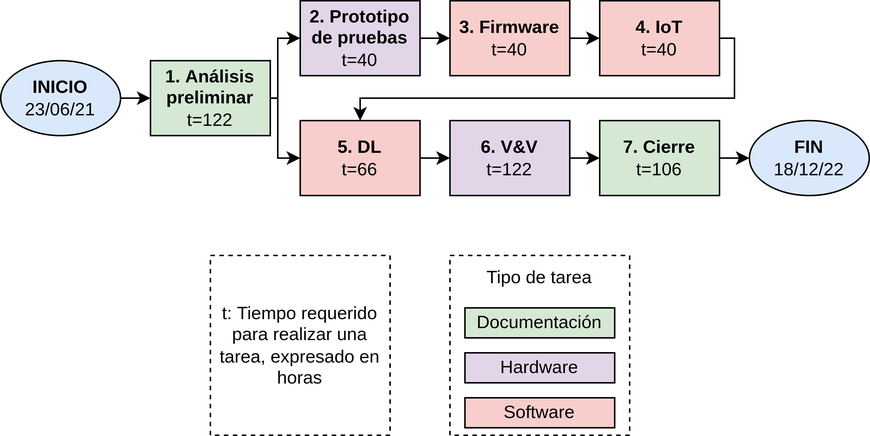
Above: fig/aon.png in mauriciobarroso/UBA_MSE-6Co2021_GTI_Plan (draw.io), before the change. Source tidied: cells renumbered, new cells last; positions are measured from the earlier drawing's top-left corner, leaving out a move shared by most shapes. Its diagram source:
```xml
<mxGraphModel>
  <root>
    <mxCell id="0" />
    <mxCell id="1" parent="0" />
    <mxCell id="2" style="edgeStyle=orthogonalEdgeStyle;rounded=0;jettySize=auto;html=1;exitX=1;exitY=0.5;exitDx=0;exitDy=0;entryX=0;entryY=0.5;entryDx=0;entryDy=0;" parent="1" edge="1" source="3" target="6">
      <mxGeometry relative="1" as="geometry" />
    </mxCell>
    <mxCell id="3" value="&lt;b&gt;INICIO&lt;/b&gt;&lt;br&gt;23/06/21" style="ellipse;whiteSpace=wrap;html=1;fillColor=#dae8fc;" parent="1" vertex="1">
      <mxGeometry y="40" width="80" height="50" as="geometry" />
    </mxCell>
    <mxCell id="4" style="rounded=0;jettySize=auto;html=1;exitX=1;exitY=0.5;exitDx=0;exitDy=0;entryX=0;entryY=0.5;entryDx=0;entryDy=0;edgeStyle=orthogonalEdgeStyle;" parent="1" edge="1" source="6" target="8">
      <mxGeometry relative="1" as="geometry">
        <Array as="points">
          <mxPoint x="185" y="65" />
          <mxPoint x="185" y="25" />
        </Array>
      </mxGeometry>
    </mxCell>
    <mxCell id="5" style="edgeStyle=orthogonalEdgeStyle;rounded=0;jettySize=auto;html=1;exitX=1;exitY=0.5;exitDx=0;exitDy=0;entryX=0;entryY=0.5;entryDx=0;entryDy=0;" parent="1" edge="1" source="6" target="10">
      <mxGeometry relative="1" as="geometry">
        <Array as="points">
          <mxPoint x="185" y="65" />
          <mxPoint x="185" y="105" />
        </Array>
      </mxGeometry>
    </mxCell>
    <mxCell id="6" value="&lt;b&gt;1. Análisis preliminar&lt;/b&gt;&lt;br&gt;t=122" style="rounded=0;whiteSpace=wrap;html=1;fillColor=#d5e8d4;" parent="1" vertex="1">
      <mxGeometry x="100" y="40" width="80" height="50" as="geometry" />
    </mxCell>
    <mxCell id="7" style="edgeStyle=none;rounded=0;jettySize=auto;html=1;exitX=1;exitY=0.5;exitDx=0;exitDy=0;entryX=0;entryY=0.5;entryDx=0;entryDy=0;" parent="1" edge="1" source="8" target="18">
      <mxGeometry relative="1" as="geometry" />
    </mxCell>
    <mxCell id="8" value="&lt;b&gt;2. Prototipo de pruebas&lt;/b&gt;&lt;br&gt;t=40" style="rounded=0;whiteSpace=wrap;html=1;fillColor=#e1d5e7;strokeColor=default;" parent="1" vertex="1">
      <mxGeometry x="200" width="80" height="50" as="geometry" />
    </mxCell>
    <mxCell id="9" style="edgeStyle=orthogonalEdgeStyle;rounded=0;jettySize=auto;html=1;exitX=1;exitY=0.5;exitDx=0;exitDy=0;entryX=0;entryY=0.5;entryDx=0;entryDy=0;" parent="1" edge="1" source="10" target="22">
      <mxGeometry relative="1" as="geometry" />
    </mxCell>
    <mxCell id="10" value="&lt;b&gt;5. DL&lt;/b&gt;&lt;br&gt;t=66" style="rounded=0;whiteSpace=wrap;html=1;fillColor=#f8cecc;" parent="1" vertex="1">
      <mxGeometry x="200" y="80" width="80" height="50" as="geometry" />
    </mxCell>
    <mxCell id="11" style="rounded=0;whiteSpace=wrap;html=1;strokeColor=#000000;dashed=1;" parent="1" vertex="1">
      <mxGeometry x="300" y="170" width="120" height="120" as="geometry" />
    </mxCell>
    <mxCell id="12" value="Documentación" style="rounded=0;whiteSpace=wrap;html=1;fillColor=#d5e8d4;" parent="1" vertex="1">
      <mxGeometry x="310" y="205" width="100" height="20" as="geometry" />
    </mxCell>
    <mxCell id="13" value="Hardware" style="rounded=0;whiteSpace=wrap;html=1;fillColor=#e1d5e7;" parent="1" vertex="1">
      <mxGeometry x="310" y="235" width="100" height="20" as="geometry" />
    </mxCell>
    <mxCell id="14" value="Software" style="rounded=0;whiteSpace=wrap;html=1;fillColor=#f8cecc;" parent="1" vertex="1">
      <mxGeometry x="310" y="265" width="100" height="20" as="geometry" />
    </mxCell>
    <mxCell id="15" value="Tipo de tarea" style="text;html=1;strokeColor=none;fillColor=none;align=center;verticalAlign=middle;whiteSpace=wrap;rounded=0;" parent="1" vertex="1">
      <mxGeometry x="310" y="175" width="100" height="20" as="geometry" />
    </mxCell>
    <mxCell id="16" value="t: Tiempo requerido para realizar una tarea, expresado en horas" style="rounded=0;whiteSpace=wrap;html=1;strokeColor=#000000;dashed=1;" parent="1" vertex="1">
      <mxGeometry x="140" y="170" width="120" height="120" as="geometry" />
    </mxCell>
    <mxCell id="17" style="edgeStyle=none;rounded=0;jettySize=auto;html=1;exitX=1;exitY=0.5;exitDx=0;exitDy=0;entryX=0;entryY=0.5;entryDx=0;entryDy=0;" parent="1" edge="1" source="18" target="20">
      <mxGeometry relative="1" as="geometry" />
    </mxCell>
    <mxCell id="18" value="&lt;b&gt;3. Firmware&lt;/b&gt;&lt;br&gt;t=40" style="rounded=0;whiteSpace=wrap;html=1;fillColor=#f8cecc;strokeColor=default;" parent="1" vertex="1">
      <mxGeometry x="300" width="80" height="50" as="geometry" />
    </mxCell>
    <mxCell id="19" style="edgeStyle=orthogonalEdgeStyle;rounded=0;jettySize=auto;html=1;exitX=1;exitY=0.5;exitDx=0;exitDy=0;entryX=0.5;entryY=0;entryDx=0;entryDy=0;" parent="1" edge="1" source="20" target="10">
      <mxGeometry relative="1" as="geometry">
        <Array as="points">
          <mxPoint x="490" y="25" />
          <mxPoint x="490" y="65" />
          <mxPoint x="240" y="65" />
        </Array>
      </mxGeometry>
    </mxCell>
    <mxCell id="20" value="&lt;b&gt;4. IoT&lt;/b&gt;&lt;br&gt;t=40" style="rounded=0;whiteSpace=wrap;html=1;fillColor=#f8cecc;strokeColor=default;" parent="1" vertex="1">
      <mxGeometry x="400" width="80" height="50" as="geometry" />
    </mxCell>
    <mxCell id="21" style="edgeStyle=orthogonalEdgeStyle;rounded=0;jettySize=auto;html=1;exitX=1;exitY=0.5;exitDx=0;exitDy=0;entryX=0;entryY=0.5;entryDx=0;entryDy=0;" parent="1" edge="1" source="22" target="24">
      <mxGeometry relative="1" as="geometry" />
    </mxCell>
    <mxCell id="22" value="&lt;b&gt;6. V&amp;amp;V&lt;br&gt;&lt;/b&gt;t=122" style="rounded=0;whiteSpace=wrap;html=1;fillColor=#e1d5e7;strokeColor=default;" parent="1" vertex="1">
      <mxGeometry x="300" y="80" width="80" height="50" as="geometry" />
    </mxCell>
    <mxCell id="23" style="edgeStyle=orthogonalEdgeStyle;rounded=0;jettySize=auto;html=1;exitX=1;exitY=0.5;exitDx=0;exitDy=0;entryX=0;entryY=0.5;entryDx=0;entryDy=0;" parent="1" edge="1" source="24" target="25">
      <mxGeometry relative="1" as="geometry" />
    </mxCell>
    <mxCell id="24" value="&lt;b&gt;7. Cierre&lt;/b&gt;&lt;br&gt;t=106" style="rounded=0;whiteSpace=wrap;html=1;fillColor=#d5e8d4;" parent="1" vertex="1">
      <mxGeometry x="400" y="80" width="80" height="50" as="geometry" />
    </mxCell>
    <mxCell id="25" value="&lt;b&gt;FIN&lt;/b&gt;&lt;br&gt;18/12/22" style="ellipse;whiteSpace=wrap;html=1;fillColor=#dae8fc;" parent="1" vertex="1">
      <mxGeometry x="500" y="80" width="80" height="50" as="geometry" />
    </mxCell>
  </root>
</mxGraphModel>
```
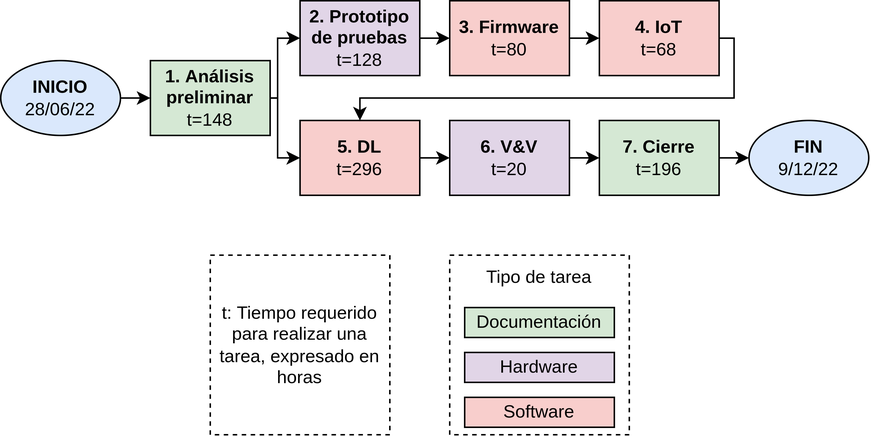
After the change.

Diff of the diagram source:
```diff
@@ -5,7 +5,7 @@
     <mxCell id="2" style="edgeStyle=orthogonalEdgeStyle;rounded=0;jettySize=auto;html=1;exitX=1;exitY=0.5;exitDx=0;exitDy=0;entryX=0;entryY=0.5;entryDx=0;entryDy=0;" parent="1" edge="1" source="3" target="6">
       <mxGeometry relative="1" as="geometry" />
     </mxCell>
-    <mxCell id="3" value="&lt;b&gt;INICIO&lt;/b&gt;&lt;br&gt;23/06/21" style="ellipse;whiteSpace=wrap;html=1;fillColor=#dae8fc;" parent="1" vertex="1">
+    <mxCell id="3" value="&lt;b&gt;INICIO&lt;/b&gt;&lt;br&gt;28/06/22" style="ellipse;whiteSpace=wrap;html=1;fillColor=#dae8fc;" parent="1" vertex="1">
       <mxGeometry y="40" width="80" height="50" as="geometry" />
     </mxCell>
     <mxCell id="4" style="rounded=0;jettySize=auto;html=1;exitX=1;exitY=0.5;exitDx=0;exitDy=0;entryX=0;entryY=0.5;entryDx=0;entryDy=0;edgeStyle=orthogonalEdgeStyle;" parent="1" edge="1" source="6" target="8">
@@ -24,19 +24,19 @@
         </Array>
       </mxGeometry>
     </mxCell>
-    <mxCell id="6" value="&lt;b&gt;1. Análisis preliminar&lt;/b&gt;&lt;br&gt;t=122" style="rounded=0;whiteSpace=wrap;html=1;fillColor=#d5e8d4;" parent="1" vertex="1">
+    <mxCell id="6" value="&lt;b&gt;1. Análisis preliminar&lt;/b&gt;&lt;br&gt;t=148" style="rounded=0;whiteSpace=wrap;html=1;fillColor=#d5e8d4;" parent="1" vertex="1">
       <mxGeometry x="100" y="40" width="80" height="50" as="geometry" />
     </mxCell>
     <mxCell id="7" style="edgeStyle=none;rounded=0;jettySize=auto;html=1;exitX=1;exitY=0.5;exitDx=0;exitDy=0;entryX=0;entryY=0.5;entryDx=0;entryDy=0;" parent="1" edge="1" source="8" target="18">
       <mxGeometry relative="1" as="geometry" />
     </mxCell>
-    <mxCell id="8" value="&lt;b&gt;2. Prototipo de pruebas&lt;/b&gt;&lt;br&gt;t=40" style="rounded=0;whiteSpace=wrap;html=1;fillColor=#e1d5e7;strokeColor=default;" parent="1" vertex="1">
+    <mxCell id="8" value="&lt;b&gt;2. Prototipo de pruebas&lt;/b&gt;&lt;br&gt;t=128" style="rounded=0;whiteSpace=wrap;html=1;fillColor=#e1d5e7;strokeColor=default;" parent="1" vertex="1">
       <mxGeometry x="200" width="80" height="50" as="geometry" />
     </mxCell>
     <mxCell id="9" style="edgeStyle=orthogonalEdgeStyle;rounded=0;jettySize=auto;html=1;exitX=1;exitY=0.5;exitDx=0;exitDy=0;entryX=0;entryY=0.5;entryDx=0;entryDy=0;" parent="1" edge="1" source="10" target="22">
       <mxGeometry relative="1" as="geometry" />
     </mxCell>
-    <mxCell id="10" value="&lt;b&gt;5. DL&lt;/b&gt;&lt;br&gt;t=66" style="rounded=0;whiteSpace=wrap;html=1;fillColor=#f8cecc;" parent="1" vertex="1">
+    <mxCell id="10" value="&lt;b&gt;5. DL&lt;/b&gt;&lt;br&gt;t=296" style="rounded=0;whiteSpace=wrap;html=1;fillColor=#f8cecc;" parent="1" vertex="1">
       <mxGeometry x="200" y="80" width="80" height="50" as="geometry" />
     </mxCell>
     <mxCell id="11" style="rounded=0;whiteSpace=wrap;html=1;strokeColor=#000000;dashed=1;" parent="1" vertex="1">
@@ -60,7 +60,7 @@
     <mxCell id="17" style="edgeStyle=none;rounded=0;jettySize=auto;html=1;exitX=1;exitY=0.5;exitDx=0;exitDy=0;entryX=0;entryY=0.5;entryDx=0;entryDy=0;" parent="1" edge="1" source="18" target="20">
       <mxGeometry relative="1" as="geometry" />
     </mxCell>
-    <mxCell id="18" value="&lt;b&gt;3. Firmware&lt;/b&gt;&lt;br&gt;t=40" style="rounded=0;whiteSpace=wrap;html=1;fillColor=#f8cecc;strokeColor=default;" parent="1" vertex="1">
+    <mxCell id="18" value="&lt;b&gt;3. Firmware&lt;/b&gt;&lt;br&gt;t=80" style="rounded=0;whiteSpace=wrap;html=1;fillColor=#f8cecc;strokeColor=default;" parent="1" vertex="1">
       <mxGeometry x="300" width="80" height="50" as="geometry" />
     </mxCell>
     <mxCell id="19" style="edgeStyle=orthogonalEdgeStyle;rounded=0;jettySize=auto;html=1;exitX=1;exitY=0.5;exitDx=0;exitDy=0;entryX=0.5;entryY=0;entryDx=0;entryDy=0;" parent="1" edge="1" source="20" target="10">
@@ -72,22 +72,22 @@
         </Array>
       </mxGeometry>
     </mxCell>
-    <mxCell id="20" value="&lt;b&gt;4. IoT&lt;/b&gt;&lt;br&gt;t=40" style="rounded=0;whiteSpace=wrap;html=1;fillColor=#f8cecc;strokeColor=default;" parent="1" vertex="1">
+    <mxCell id="20" value="&lt;b&gt;4. IoT&lt;/b&gt;&lt;br&gt;t=68" style="rounded=0;whiteSpace=wrap;html=1;fillColor=#f8cecc;strokeColor=default;" parent="1" vertex="1">
       <mxGeometry x="400" width="80" height="50" as="geometry" />
     </mxCell>
     <mxCell id="21" style="edgeStyle=orthogonalEdgeStyle;rounded=0;jettySize=auto;html=1;exitX=1;exitY=0.5;exitDx=0;exitDy=0;entryX=0;entryY=0.5;entryDx=0;entryDy=0;" parent="1" edge="1" source="22" target="24">
       <mxGeometry relative="1" as="geometry" />
     </mxCell>
-    <mxCell id="22" value="&lt;b&gt;6. V&amp;amp;V&lt;br&gt;&lt;/b&gt;t=122" style="rounded=0;whiteSpace=wrap;html=1;fillColor=#e1d5e7;strokeColor=default;" parent="1" vertex="1">
+    <mxCell id="22" value="&lt;b&gt;6. V&amp;amp;V&lt;br&gt;&lt;/b&gt;t=20" style="rounded=0;whiteSpace=wrap;html=1;fillColor=#e1d5e7;strokeColor=default;" parent="1" vertex="1">
       <mxGeometry x="300" y="80" width="80" height="50" as="geometry" />
     </mxCell>
     <mxCell id="23" style="edgeStyle=orthogonalEdgeStyle;rounded=0;jettySize=auto;html=1;exitX=1;exitY=0.5;exitDx=0;exitDy=0;entryX=0;entryY=0.5;entryDx=0;entryDy=0;" parent="1" edge="1" source="24" target="25">
       <mxGeometry relative="1" as="geometry" />
     </mxCell>
-    <mxCell id="24" value="&lt;b&gt;7. Cierre&lt;/b&gt;&lt;br&gt;t=106" style="rounded=0;whiteSpace=wrap;html=1;fillColor=#d5e8d4;" parent="1" vertex="1">
+    <mxCell id="24" value="&lt;b&gt;7. Cierre&lt;/b&gt;&lt;br&gt;t=196" style="rounded=0;whiteSpace=wrap;html=1;fillColor=#d5e8d4;" parent="1" vertex="1">
       <mxGeometry x="400" y="80" width="80" height="50" as="geometry" />
     </mxCell>
-    <mxCell id="25" value="&lt;b&gt;FIN&lt;/b&gt;&lt;br&gt;18/12/22" style="ellipse;whiteSpace=wrap;html=1;fillColor=#dae8fc;" parent="1" vertex="1">
+    <mxCell id="25" value="&lt;b&gt;FIN&lt;/b&gt;&lt;br&gt;9/12/22" style="ellipse;whiteSpace=wrap;html=1;fillColor=#dae8fc;" parent="1" vertex="1">
       <mxGeometry x="500" y="80" width="80" height="50" as="geometry" />
     </mxCell>
   </root>
```
